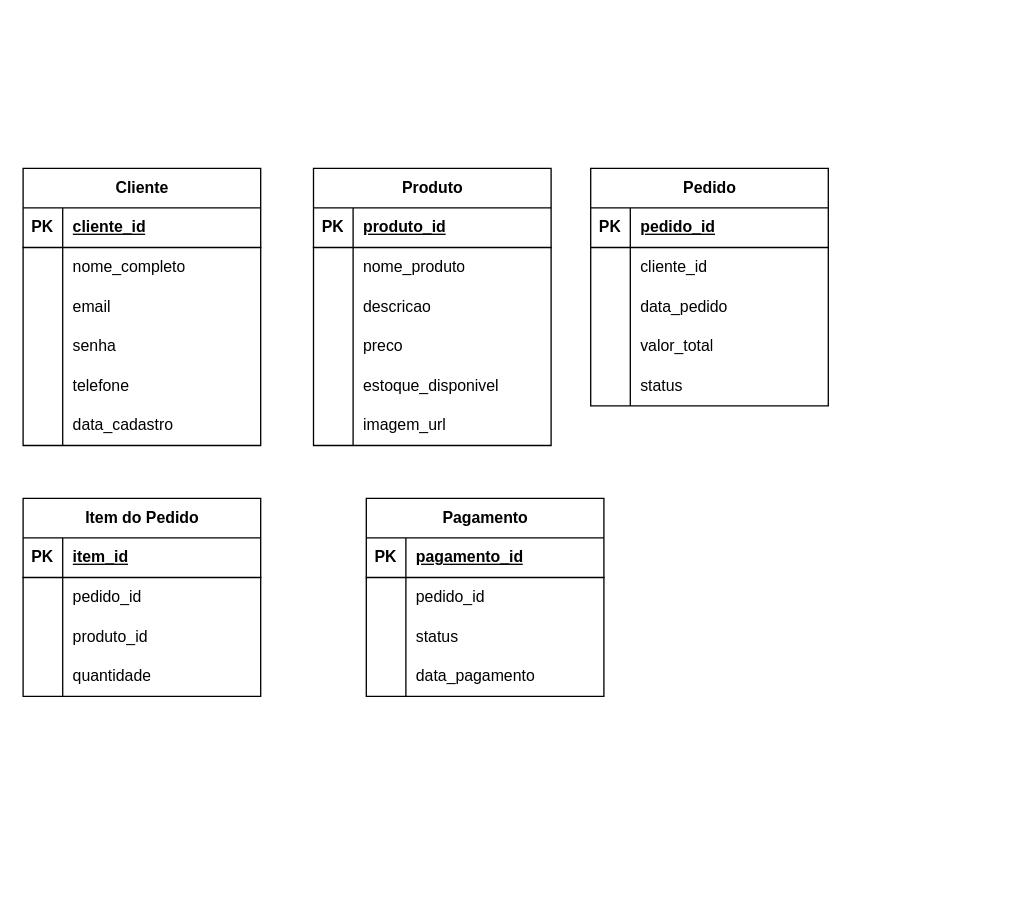
Dev-Adriano-Silva/ecommerceAulaSenai keeps this draw.io diagram as page "Logico-Ecommerce" (4 of 6) of Banco de dados/ModelagemECommerce.drawio. Above is the earlier version. Source tidied: cells renumbered, new cells numbered last; positions are measured from the earlier drawing's top-left corner, leaving out a move shared by most shapes. Both pictures are drawn from the tidied source at 132%, with x=0, y=0 at pixel (22, 168).
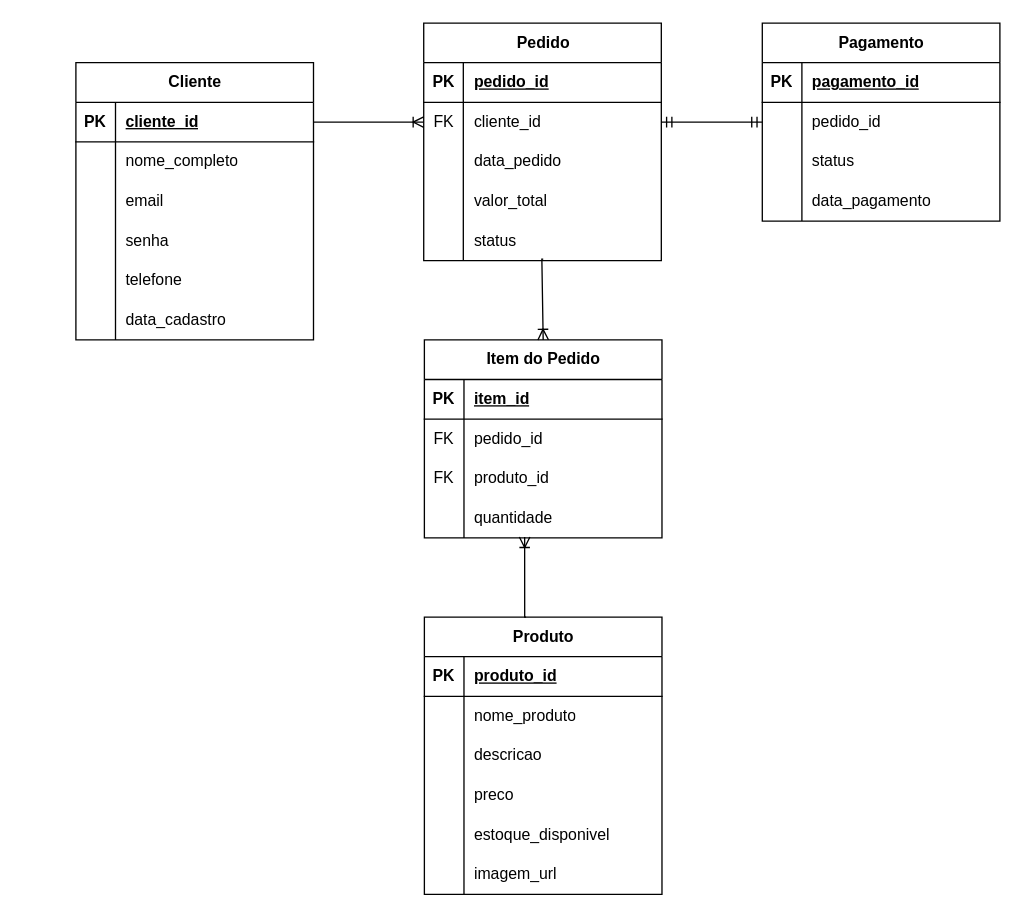
The same diagram, later.

The change refers to these unchanged cells:
```xml
<mxCell id="3" style="shape=tableRow;horizontal=0;startSize=0;swimlaneHead=0;swimlaneBody=0;fillColor=none;points=[[0,0.5],[1,0.5]];portConstraint=eastwest;top=0;left=0;right=0;bottom=1;" parent="2" vertex="1">
  <mxGeometry y="30" width="180" height="30" as="geometry" />
</mxCell>
<mxCell id="44" style="shape=tableRow;horizontal=0;startSize=0;swimlaneHead=0;swimlaneBody=0;fillColor=none;points=[[0,0.5],[1,0.5]];portConstraint=eastwest;top=0;left=0;right=0;bottom=0;" parent="40" vertex="1">
  <mxGeometry y="60" width="180" height="30" as="geometry" />
</mxCell>
<mxCell id="53" style="shape=tableRow;horizontal=0;startSize=0;swimlaneHead=0;swimlaneBody=0;fillColor=none;points=[[0,0.5],[1,0.5]];portConstraint=eastwest;top=0;left=0;right=0;bottom=0;" parent="40" vertex="1">
  <mxGeometry y="150" width="180" height="30" as="geometry" />
</mxCell>
<mxCell id="60" style="shape=tableRow;horizontal=0;startSize=0;swimlaneHead=0;swimlaneBody=0;fillColor=none;top=0;left=0;right=0;bottom=0;" parent="56" vertex="1">
  <mxGeometry y="60" width="180" height="30" as="geometry" />
</mxCell>
<mxCell id="63" style="shape=tableRow;horizontal=0;startSize=0;swimlaneHead=0;swimlaneBody=0;fillColor=none;top=0;left=0;right=0;bottom=0;" parent="56" vertex="1">
  <mxGeometry y="90" width="180" height="30" as="geometry" />
</mxCell>
<mxCell id="66" style="shape=tableRow;horizontal=0;startSize=0;swimlaneHead=0;swimlaneBody=0;fillColor=none;points=[[0,0.5],[1,0.5]];portConstraint=eastwest;top=0;left=0;right=0;bottom=0;" parent="56" vertex="1">
  <mxGeometry y="120" width="180" height="30" as="geometry" />
</mxCell>
<mxCell id="73" style="shape=tableRow;horizontal=0;startSize=0;swimlaneHead=0;swimlaneBody=0;fillColor=none;points=[[0,0.5],[1,0.5]];portConstraint=eastwest;top=0;left=0;right=0;bottom=0;" parent="69" vertex="1">
  <mxGeometry y="60" width="180" height="30" as="geometry" />
</mxCell>
```

What changed in the source:
```diff
@@
     <mxCell id="2" value="Cliente" style="shape=table;startSize=30;childLayout=tableLayout;rowLines=0;fontStyle=1;align=center;html=1;" parent="1" vertex="1">
-      <mxGeometry width="180" height="210" as="geometry" />
+      <mxGeometry x="40" y="-80" width="180" height="210" as="geometry" />
     </mxCell>
@@
     <mxCell id="21" value="Produto" style="shape=table;startSize=30;childLayout=tableLayout;rowLines=0;fontStyle=1;align=center;html=1;" parent="1" vertex="1">
-      <mxGeometry x="220" width="180" height="210" as="geometry" />
+      <mxGeometry x="304" y="340" width="180" height="210" as="geometry" />
     </mxCell>
@@
     <mxCell id="40" value="Pedido" style="shape=table;startSize=30;childLayout=tableLayout;rowLines=0;fontStyle=1;align=center;html=1;" parent="1" vertex="1">
-      <mxGeometry x="430" width="180" height="180" as="geometry" />
+      <mxGeometry x="303.5" y="-110" width="180" height="180" as="geometry" />
     </mxCell>
@@
-    <mxCell id="45" style="shape=partialRectangle;fillColor=none;top=0;left=0;bottom=0;right=0;overflow=hidden;whiteSpace=wrap;html=1;" parent="44" vertex="1">
+    <mxCell id="45" value="FK" style="shape=partialRectangle;fillColor=none;top=0;left=0;bottom=0;right=0;overflow=hidden;whiteSpace=wrap;html=1;" parent="44" vertex="1">
       <mxGeometry width="30" height="30" as="geometry" />
     </mxCell>
@@
     <mxCell id="56" value="Item do Pedido" style="shape=table;startSize=30;childLayout=tableLayout;rowLines=0;fontStyle=1;align=center;html=1;" parent="1" vertex="1">
-      <mxGeometry y="250" width="180" height="150" as="geometry" />
+      <mxGeometry x="304" y="130" width="180" height="150" as="geometry" />
     </mxCell>
@@
-    <mxCell id="61" style="shape=partialRectangle;fillColor=none;top=0;left=0;bottom=0;right=0;overflow=hidden;whiteSpace=wrap;html=1;" parent="60" vertex="1">
+    <mxCell id="61" value="FK" style="shape=partialRectangle;fillColor=none;top=0;left=0;bottom=0;right=0;overflow=hidden;whiteSpace=wrap;html=1;" parent="60" vertex="1">
       <mxGeometry width="30" height="30" as="geometry" />
     </mxCell>
@@
-    <mxCell id="64" style="shape=partialRectangle;fillColor=none;top=0;left=0;bottom=0;right=0;overflow=hidden;whiteSpace=wrap;html=1;" parent="63" vertex="1">
+    <mxCell id="64" value="FK" style="shape=partialRectangle;fillColor=none;top=0;left=0;bottom=0;right=0;overflow=hidden;whiteSpace=wrap;html=1;" parent="63" vertex="1">
       <mxGeometry width="30" height="30" as="geometry" />
     </mxCell>
@@
     <mxCell id="69" value="Pagamento" style="shape=table;startSize=30;childLayout=tableLayout;rowLines=0;fontStyle=1;align=center;html=1;" parent="1" vertex="1">
-      <mxGeometry x="260" y="250" width="180" height="150" as="geometry" />
+      <mxGeometry x="560" y="-110" width="180" height="150" as="geometry" />
     </mxCell>
@@
+    <mxCell id="82" style="edgeStyle=entityRelationEdgeStyle;fontSize=12;html=1;endArrow=ERoneToMany;rounded=0;exitX=1;exitY=0.5;exitDx=0;exitDy=0;entryX=0;entryY=0.5;entryDx=0;entryDy=0;" parent="1" edge="1" source="3" target="44">
+      <mxGeometry relative="1" as="geometry" />
+    </mxCell>
+    <mxCell id="83" style="fontSize=12;html=1;endArrow=ERmandOne;startArrow=ERmandOne;rounded=0;edgeStyle=orthogonalEdgeStyle;exitX=1;exitY=0.5;exitDx=0;exitDy=0;" parent="1" edge="1" source="44" target="73">
+      <mxGeometry relative="1" as="geometry" />
+    </mxCell>
+    <mxCell id="84" style="edgeStyle=orthogonalEdgeStyle;fontSize=12;html=1;endArrow=ERoneToMany;rounded=0;exitX=0.503;exitY=0.959;exitDx=0;exitDy=0;exitPerimeter=0;entryX=0.5;entryY=0;entryDx=0;entryDy=0;" parent="1" edge="1" source="53" target="56">
+      <mxGeometry relative="1" as="geometry">
+        <Array as="points">
+          <mxPoint x="393" y="69" />
+          <mxPoint x="393" y="130" />
+        </Array>
+      </mxGeometry>
+    </mxCell>
+    <mxCell id="85" style="fontSize=12;html=1;endArrow=ERoneToMany;rounded=0;edgeStyle=orthogonalEdgeStyle;entryX=0.422;entryY=0.976;entryDx=0;entryDy=0;entryPerimeter=0;exitX=0.428;exitY=0;exitDx=0;exitDy=0;exitPerimeter=0;" parent="1" edge="1" source="21" target="66">
+      <mxGeometry relative="1" as="geometry">
+        <Array as="points">
+          <mxPoint x="380" y="340" />
+        </Array>
+      </mxGeometry>
+    </mxCell>
```
